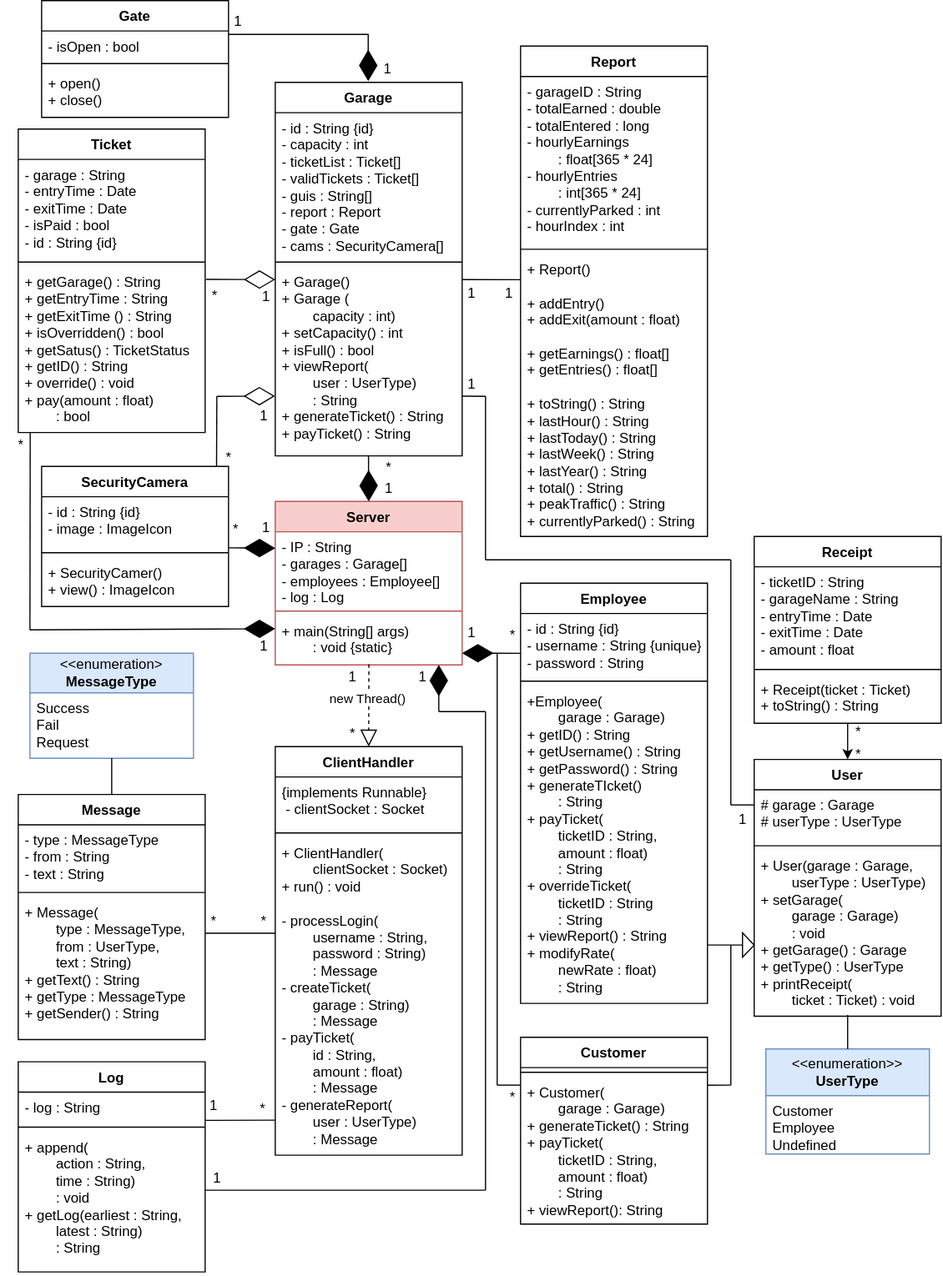
The draw.io diagram design/Diagrams/ServerClassDiagram.svg in CSUEB-CS401-02-SP25-Group-Project-1/parking-garage-system, before a commit. Source tidied: cells renumbered, new cells last; positions are measured from the earlier drawing's top-left corner, leaving out a move shared by most shapes.
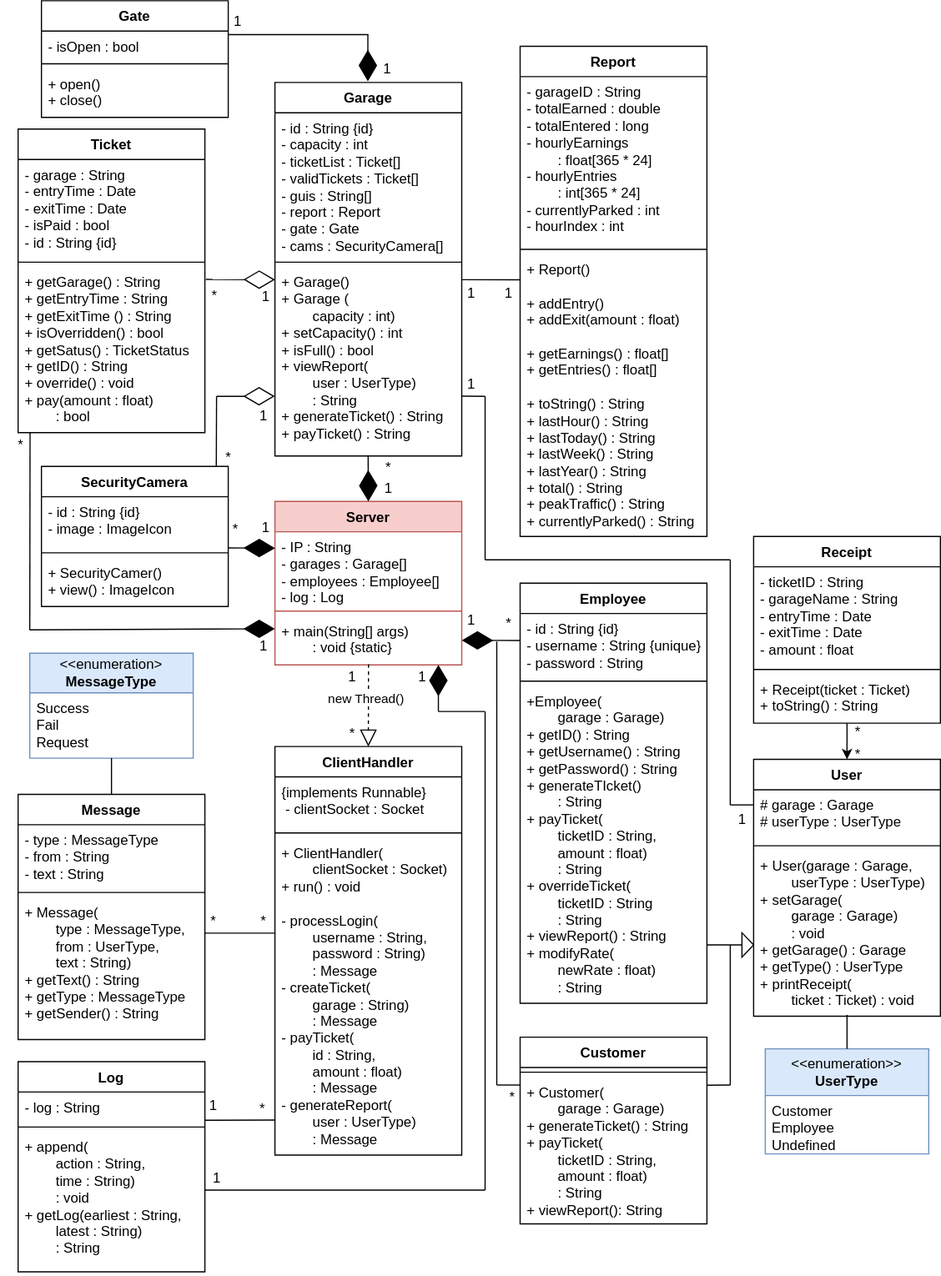
After the commit.

Commit message:
Adjusted arrow connecting Employee/Customer to Server

Change to the diagram source:
```diff
@@ -197,20 +197,23 @@
     <mxCell id="64" style="endArrow=none;html=1;rounded=0;" parent="1" edge="1">
       <mxGeometry relative="1" as="geometry">
         <mxPoint x="423" y="929" as="sourcePoint" />
-        <mxPoint x="423" y="559" as="targetPoint" />
+        <mxPoint x="423" y="549" as="targetPoint" />
       </mxGeometry>
     </mxCell>
     <mxCell id="65" value="*" style="text;html=1;align=center;verticalAlign=middle;strokeColor=none;fillColor=none;" parent="1" vertex="1">
       <mxGeometry x="421" y="925" width="30" height="30" as="geometry" />
     </mxCell>
-    <mxCell id="66" style="endArrow=diamondThin;endFill=1;endSize=24;html=1;rounded=0;exitX=0.002;exitY=0.632;exitDx=0;exitDy=0;exitPerimeter=0;entryX=1;entryY=0.762;entryDx=0;entryDy=0;entryPerimeter=0;" parent="1" edge="1" source="34" target="5">
-      <mxGeometry relative="1" as="geometry" />
+    <mxCell id="66" style="endArrow=diamondThin;endFill=1;endSize=24;html=1;rounded=0;exitX=0.002;exitY=0.632;exitDx=0;exitDy=0;exitPerimeter=0;entryX=1;entryY=0.762;entryDx=0;entryDy=0;entryPerimeter=0;" parent="1" edge="1">
+      <mxGeometry relative="1" as="geometry">
+        <mxPoint x="443.3" y="548.1" as="sourcePoint" />
+        <mxPoint x="393" y="548" as="targetPoint" />
+      </mxGeometry>
     </mxCell>
     <mxCell id="67" value="*" style="text;html=1;align=center;verticalAlign=middle;strokeColor=none;fillColor=none;" parent="1" vertex="1">
-      <mxGeometry x="421" y="529" width="30" height="30" as="geometry" />
+      <mxGeometry x="418" y="519" width="30" height="30" as="geometry" />
     </mxCell>
     <mxCell id="68" value="1" style="text;html=1;align=center;verticalAlign=middle;strokeColor=none;fillColor=none;" parent="1" vertex="1">
-      <mxGeometry x="386" y="527" width="30" height="30" as="geometry" />
+      <mxGeometry x="386" y="516" width="30" height="30" as="geometry" />
     </mxCell>
     <mxCell id="69" style="triangle;whiteSpace=wrap;html=1;" parent="1" vertex="1">
       <mxGeometry x="633" y="798.5" width="10" height="21" as="geometry" />
```
